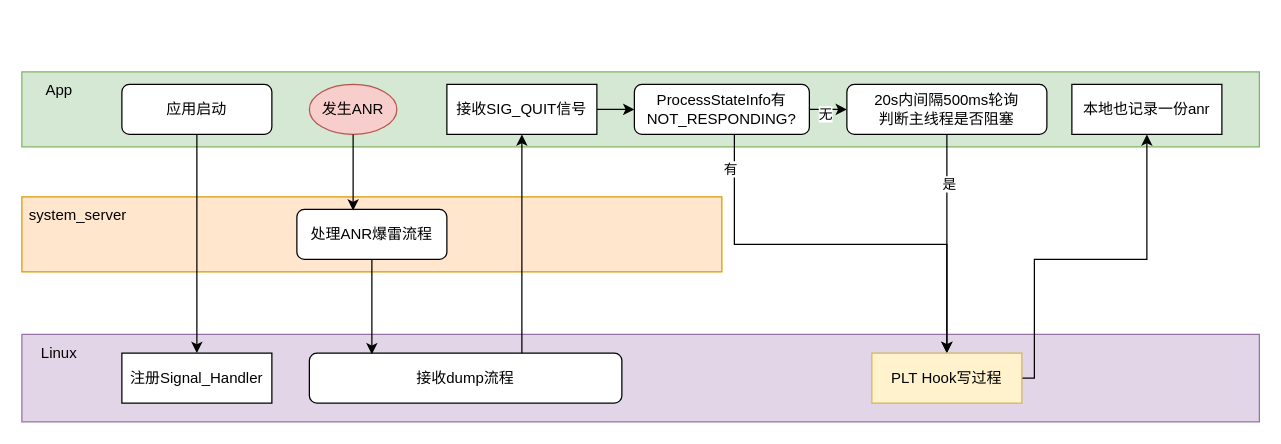
This is 草稿图.drawio from welthy/WXInspireLibrary, a draw.io file, before an edit. Source tidied: cells renumbered, new cells numbered last; positions are measured from the earlier drawing's top-left corner, leaving out a move shared by most shapes. Both pictures are drawn from the tidied source at 125%, with x=0, y=0 at pixel (21, 71).
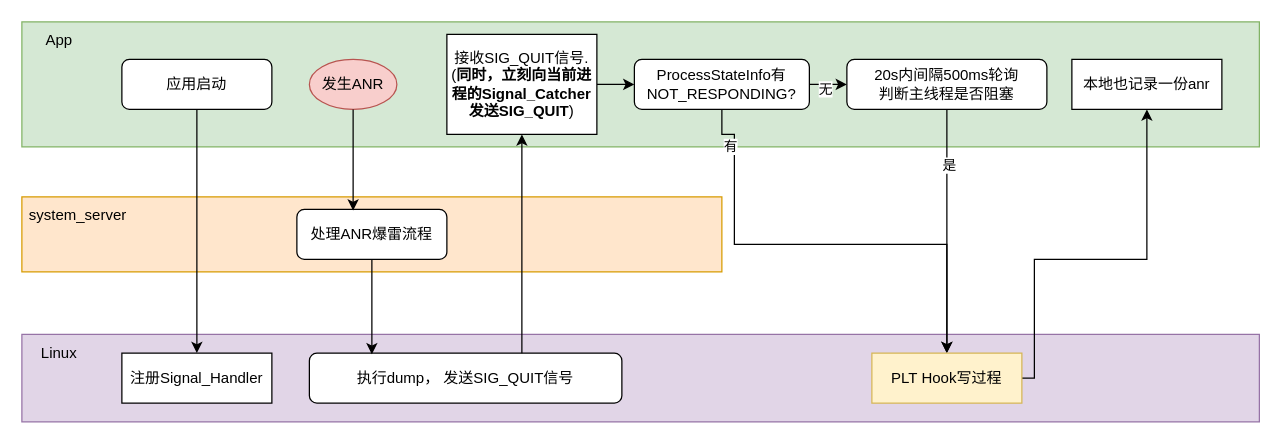
Above is the later version.

Commit message:
更新草稿图.drawio

The edit, as a diff of the source:
```diff
@@
     <mxCell id="3" style="rounded=0;whiteSpace=wrap;html=1;fillColor=#d5e8d4;strokeColor=#82b366;" parent="1" vertex="1">
-      <mxGeometry width="990" height="60" as="geometry" />
+      <mxGeometry y="-40" width="990" height="100" as="geometry" />
     </mxCell>
@@
     <mxCell id="6" value="应用启动" style="rounded=1;whiteSpace=wrap;html=1;" parent="1" vertex="1">
-      <mxGeometry x="80" y="10" width="120" height="40" as="geometry" />
+      <mxGeometry x="80" y="-10" width="120" height="40" as="geometry" />
     </mxCell>
@@
     <mxCell id="9" value="App" style="text;html=1;align=center;verticalAlign=middle;whiteSpace=wrap;rounded=0;" parent="1" vertex="1">
-      <mxGeometry width="60" height="30" as="geometry" />
+      <mxGeometry y="-40" width="60" height="30" as="geometry" />
     </mxCell>
     <mxCell id="10" value="发生ANR" style="ellipse;whiteSpace=wrap;html=1;fillColor=#f8cecc;strokeColor=#b85450;" parent="1" vertex="1">
-      <mxGeometry x="230" y="10" width="70" height="40" as="geometry" />
+      <mxGeometry x="230" y="-10" width="70" height="40" as="geometry" />
     </mxCell>
@@
-    <mxCell id="14" value="接收dump流程" style="rounded=1;whiteSpace=wrap;html=1;" parent="1" vertex="1">
+    <mxCell id="14" value="执行dump， 发送SIG_QUIT信号" style="rounded=1;whiteSpace=wrap;html=1;" parent="1" vertex="1">
       <mxGeometry x="230" y="225" width="250" height="40" as="geometry" />
     </mxCell>
@@
-    <mxCell id="17" value="接收SIG_QUIT信号" style="rounded=0;whiteSpace=wrap;html=1;" parent="1" vertex="1">
-      <mxGeometry x="340" y="10" width="120" height="40" as="geometry" />
+    <mxCell id="17" value="接收SIG_QUIT信号.&lt;div&gt;(&lt;b&gt;同时，立刻向当前进程的Signal_Catcher发送SIG_QUIT&lt;/b&gt;)&lt;/div&gt;" style="rounded=0;whiteSpace=wrap;html=1;" parent="1" vertex="1">
+      <mxGeometry x="340" y="-30" width="120" height="80" as="geometry" />
     </mxCell>
@@
     <mxCell id="22" value="ProcessStateInfo有NOT_RESPONDING?" style="rounded=1;whiteSpace=wrap;html=1;" parent="1" vertex="1">
-      <mxGeometry x="490" y="10" width="140" height="40" as="geometry" />
+      <mxGeometry x="490" y="-10" width="140" height="40" as="geometry" />
     </mxCell>
@@
     <mxCell id="25" value="20s内间隔500ms轮询&lt;div&gt;判断主线程是否阻塞&lt;/div&gt;" style="rounded=1;whiteSpace=wrap;html=1;" parent="1" vertex="1">
-      <mxGeometry x="660" y="10" width="160" height="40" as="geometry" />
+      <mxGeometry x="660" y="-10" width="160" height="40" as="geometry" />
     </mxCell>
@@
     <mxCell id="28" value="本地也记录一份anr" style="rounded=0;whiteSpace=wrap;html=1;" parent="1" vertex="1">
-      <mxGeometry x="840" y="10" width="120" height="40" as="geometry" />
+      <mxGeometry x="840" y="-10" width="120" height="40" as="geometry" />
     </mxCell>
```
